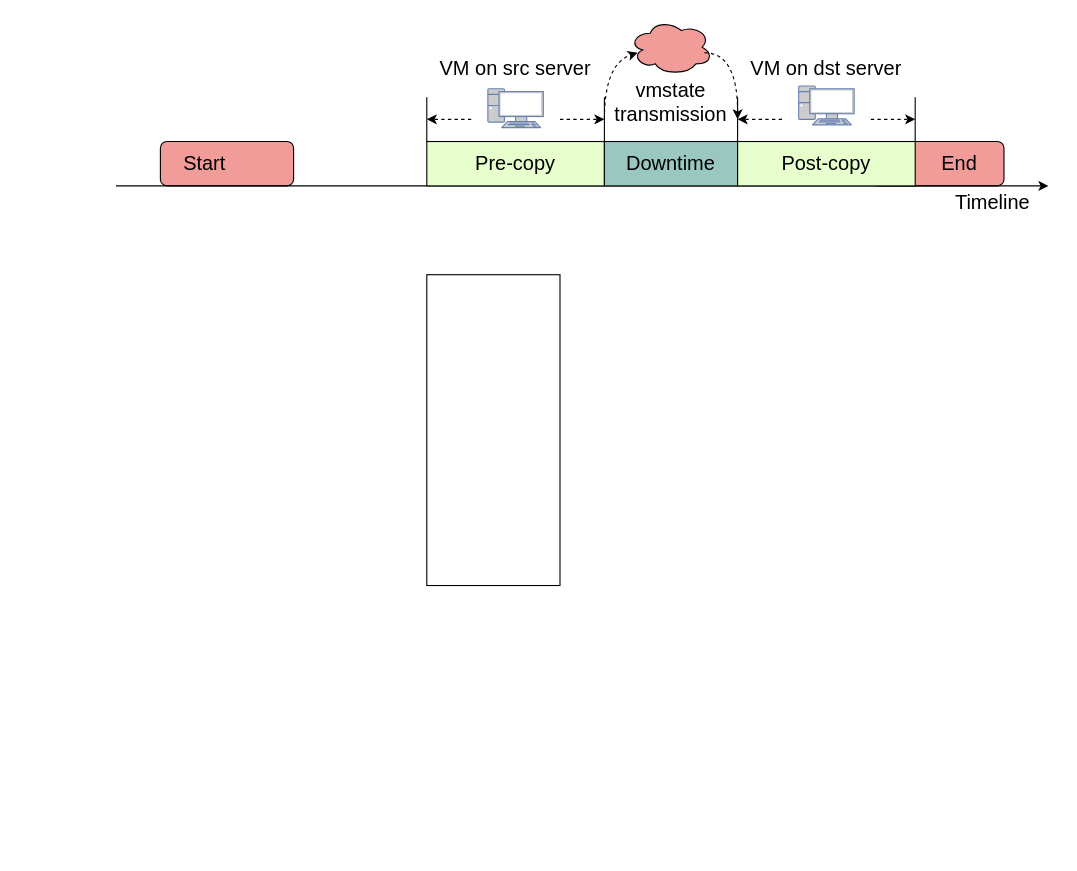
xuyizhe1999/drawio keeps this draw.io diagram as qemu-migration/final/backup img + replay.drawio. Above is the earlier version. Source tidied: cells renumbered, new cells numbered last; positions are measured from the earlier drawing's top-left corner, leaving out a move shared by most shapes. Both pictures are drawn from the tidied source at 111%, with x=0, y=0 at pixel (115, 19).
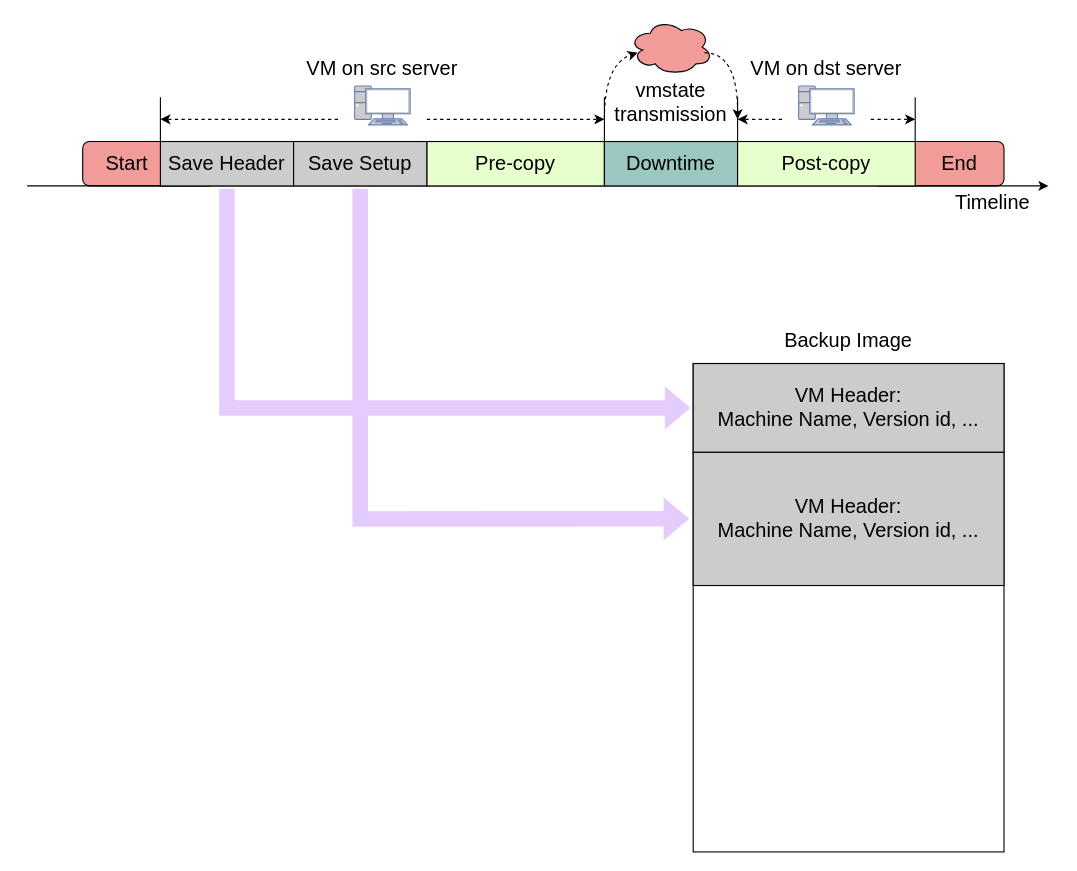
After the change.

The change refers to these unchanged cells:
```xml
<mxCell id="7" value="Pre-copy" style="rounded=0;whiteSpace=wrap;html=1;fontSize=18;fillColor=#E6FFCC;" parent="1" vertex="1">
  <mxGeometry x="280" y="110" width="160" height="40" as="geometry" />
</mxCell>
```

Diff of the diagram source:
```diff
@@
     <mxCell id="2" style="rounded=0;whiteSpace=wrap;html=1;" parent="1" vertex="1">
-      <mxGeometry x="280" y="230" width="120" height="280" as="geometry" />
+      <mxGeometry x="520" y="310" width="280" height="440" as="geometry" />
     </mxCell>
@@
     <mxCell id="4" style="rounded=1;whiteSpace=wrap;html=1;fillColor=#F19C99;" parent="1" vertex="1">
-      <mxGeometry x="40" y="110" width="120" height="40" as="geometry" />
+      <mxGeometry x="-30" y="110" width="120" height="40" as="geometry" />
     </mxCell>
     <mxCell id="5" value="&lt;font style=&quot;font-size: 18px;&quot;&gt;Start&lt;/font&gt;" style="text;html=1;strokeColor=none;fillColor=none;align=center;verticalAlign=middle;whiteSpace=wrap;rounded=0;" parent="1" vertex="1">
-      <mxGeometry x="50" y="115" width="60" height="30" as="geometry" />
+      <mxGeometry x="-20" y="115" width="60" height="30" as="geometry" />
     </mxCell>
     <mxCell id="6" style="endArrow=classic;html=1;rounded=0;fontSize=18;" parent="1" edge="1">
       <mxGeometry relative="1" as="geometry">
-        <mxPoint y="150" as="sourcePoint" />
+        <mxPoint x="-80" y="150" as="sourcePoint" />
         <mxPoint x="840" y="150" as="targetPoint" />
       </mxGeometry>
     </mxCell>
@@
     <mxCell id="12" style="fontColor=#0066CC;verticalAlign=top;verticalLabelPosition=bottom;labelPosition=center;align=center;html=1;fillColor=#CCCCCC;strokeColor=#6881B3;gradientColor=none;gradientDirection=north;strokeWidth=2;shape=mxgraph.networks.pc;fontSize=18;" parent="1" vertex="1">
-      <mxGeometry x="335" y="62.5" width="50" height="35" as="geometry" />
+      <mxGeometry x="215" y="60" width="50" height="35" as="geometry" />
     </mxCell>
-    <mxCell id="13" style="endArrow=none;html=1;rounded=0;fontSize=18;exitX=0;exitY=0;exitDx=0;exitDy=0;" parent="1" edge="1" source="7">
+    <mxCell id="13" style="endArrow=none;html=1;rounded=0;fontSize=18;exitX=0;exitY=0;exitDx=0;exitDy=0;" parent="1" edge="1" source="28">
       <mxGeometry relative="1" as="geometry">
-        <mxPoint x="280" y="70" as="targetPoint" />
+        <mxPoint x="40" y="70" as="targetPoint" />
       </mxGeometry>
     </mxCell>
@@
     <mxCell id="15" value="VM on src server" style="text;html=1;strokeColor=none;fillColor=none;align=center;verticalAlign=middle;whiteSpace=wrap;rounded=0;fontSize=18;" parent="1" vertex="1">
-      <mxGeometry x="280" y="30" width="160" height="30" as="geometry" />
+      <mxGeometry x="160" y="30" width="160" height="30" as="geometry" />
     </mxCell>
     <mxCell id="16" style="endArrow=classic;html=1;rounded=0;fontSize=18;dashed=1;" parent="1" edge="1">
       <mxGeometry relative="1" as="geometry">
-        <mxPoint x="320" y="90" as="sourcePoint" />
-        <mxPoint x="280" y="90" as="targetPoint" />
+        <mxPoint x="200" y="90" as="sourcePoint" />
+        <mxPoint x="40" y="90" as="targetPoint" />
       </mxGeometry>
     </mxCell>
     <mxCell id="17" style="endArrow=classic;html=1;rounded=0;fontSize=18;dashed=1;" parent="1" edge="1">
       <mxGeometry relative="1" as="geometry">
-        <mxPoint x="400" y="90" as="sourcePoint" />
+        <mxPoint x="280" y="90" as="sourcePoint" />
         <mxPoint x="440" y="90" as="targetPoint" />
       </mxGeometry>
     </mxCell>
@@
+    <mxCell id="28" value="Save Header" style="rounded=0;whiteSpace=wrap;html=1;fontSize=18;fillColor=#CCCCCC;" parent="1" vertex="1">
+      <mxGeometry x="40" y="110" width="120" height="40" as="geometry" />
+    </mxCell>
+    <mxCell id="29" value="Save Setup" style="rounded=0;whiteSpace=wrap;html=1;fontSize=18;fillColor=#CCCCCC;" parent="1" vertex="1">
+      <mxGeometry x="160" y="110" width="120" height="40" as="geometry" />
+    </mxCell>
+    <mxCell id="30" value="Backup Image" style="text;html=1;strokeColor=none;fillColor=none;align=center;verticalAlign=middle;whiteSpace=wrap;rounded=0;fontSize=18;" parent="1" vertex="1">
+      <mxGeometry x="580" y="270" width="160" height="40" as="geometry" />
+    </mxCell>
+    <mxCell id="31" style="shape=flexArrow;endArrow=classic;html=1;rounded=0;entryX=0;entryY=0.5;entryDx=0;entryDy=0;strokeColor=none;fillColor=#E5CCFF;strokeWidth=5;" parent="1" edge="1" target="32">
+      <mxGeometry relative="1" as="geometry">
+        <mxPoint x="100" y="150" as="sourcePoint" />
+        <Array as="points">
+          <mxPoint x="100" y="350" />
+        </Array>
+      </mxGeometry>
+    </mxCell>
+    <mxCell id="32" value="&lt;font style=&quot;font-size: 18px;&quot;&gt;VM Header:&lt;br&gt;Machine Name, Version id, ...&lt;/font&gt;" style="rounded=0;whiteSpace=wrap;html=1;fillColor=#CCCCCC;" parent="1" vertex="1">
+      <mxGeometry x="520" y="310" width="280" height="80" as="geometry" />
+    </mxCell>
+    <mxCell id="33" style="shape=flexArrow;endArrow=classic;html=1;rounded=0;entryX=-0.004;entryY=0.318;entryDx=0;entryDy=0;strokeColor=none;fillColor=#E5CCFF;strokeWidth=5;entryPerimeter=0;" parent="1" edge="1" target="2">
+      <mxGeometry relative="1" as="geometry">
+        <mxPoint x="220" y="150" as="sourcePoint" />
+        <Array as="points">
+          <mxPoint x="220" y="450" />
+        </Array>
+      </mxGeometry>
+    </mxCell>
+    <mxCell id="34" value="&lt;font style=&quot;font-size: 18px;&quot;&gt;VM Header:&lt;br&gt;Machine Name, Version id, ...&lt;/font&gt;" style="rounded=0;whiteSpace=wrap;html=1;fillColor=#CCCCCC;" parent="1" vertex="1">
+      <mxGeometry x="520" y="390" width="280" height="120" as="geometry" />
+    </mxCell>
```
